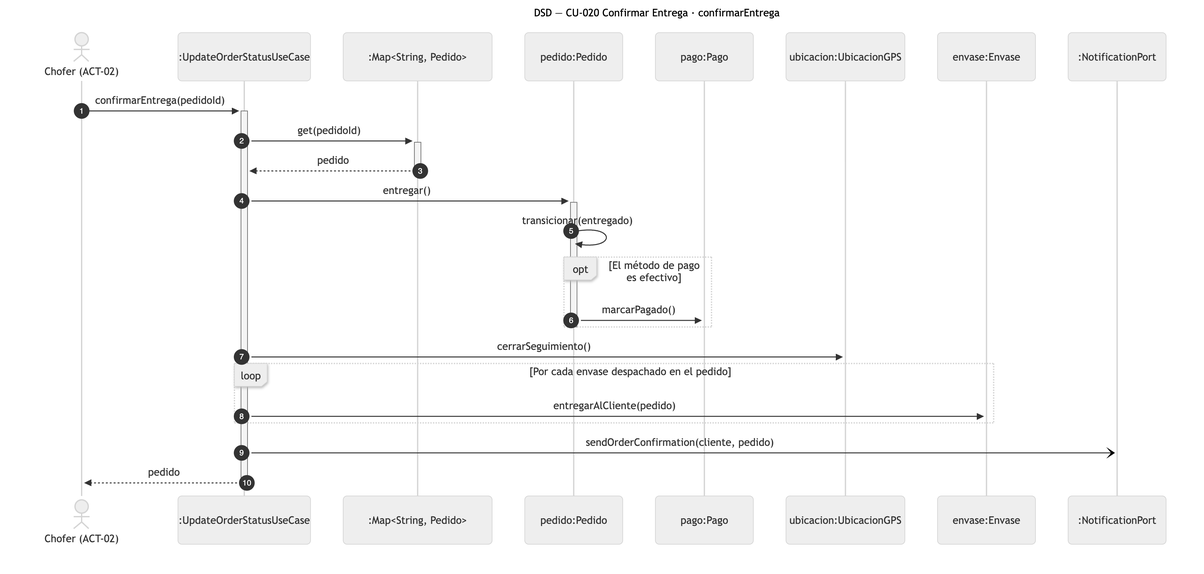
This is diagramas/png/DSD_CU-020_confirmarEntrega.png from Nahuelito-Dev/splg-docs, a Mermaid export, as it was before one commit. Its source is kept beside it as diagramas/DSD_CU-020_confirmarEntrega.mmd.
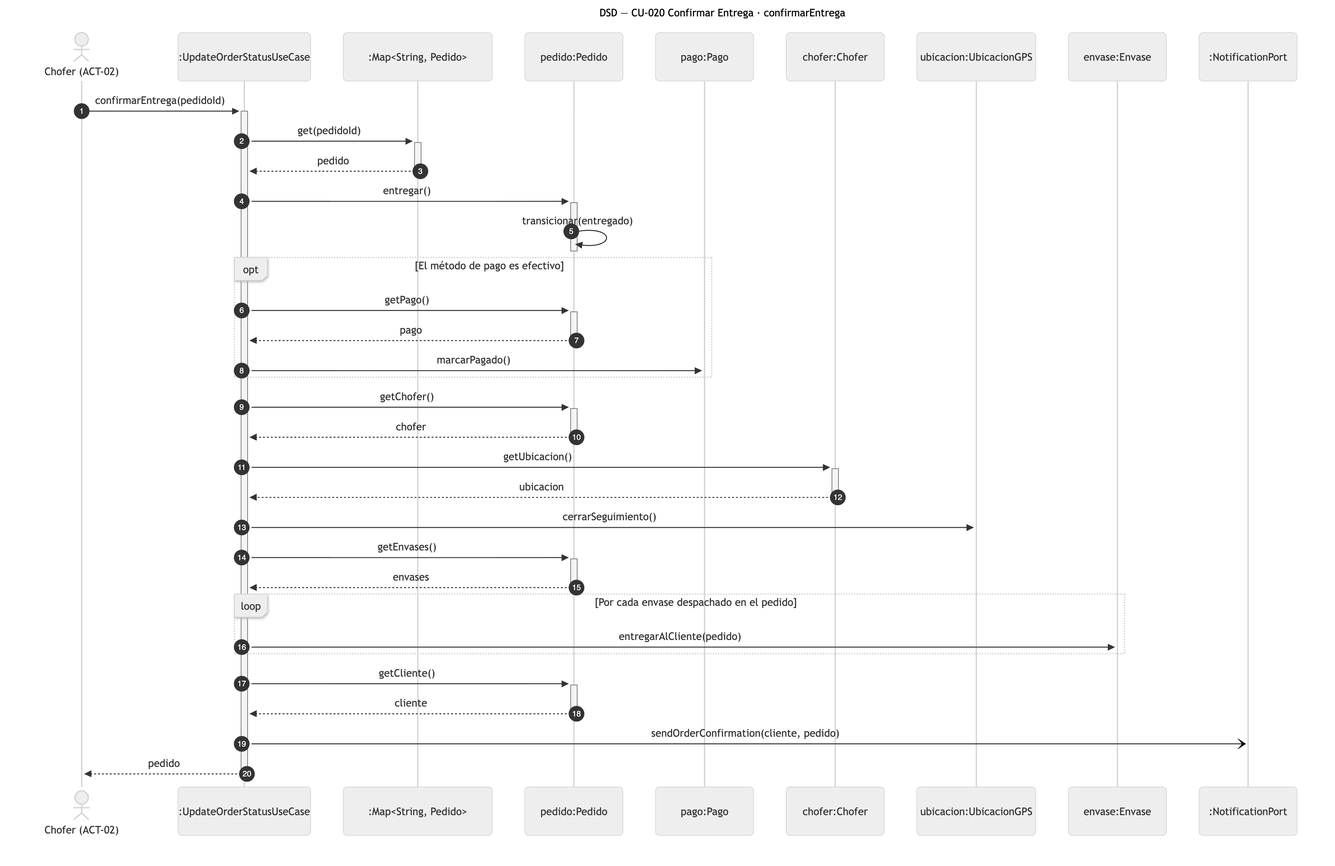
After the commit.

Change to the diagram source:
```diff
@@ -6,6 +6,7 @@
     participant PEDS as :Map#lt;String, Pedido#gt;
     participant PED as pedido:Pedido
     participant PAG as pago:Pago
+    participant CHO as chofer:Chofer
     participant UBI as ubicacion:UbicacionGPS
     participant ENV as envase:Envase
     participant NOT as :NotificationPort
@@ -15,13 +16,23 @@
     PEDS-->>-UCS: pedido
     UCS->>+PED: entregar()
     PED->>PED: transicionar(entregado)
+    deactivate PED
     opt El método de pago es efectivo
-        PED->>PAG: marcarPagado()
+        UCS->>+PED: getPago()
+        PED-->>-UCS: pago
+        UCS->>PAG: marcarPagado()
     end
-    deactivate PED
+    UCS->>+PED: getChofer()
+    PED-->>-UCS: chofer
+    UCS->>+CHO: getUbicacion()
+    CHO-->>-UCS: ubicacion
     UCS->>UBI: cerrarSeguimiento()
+    UCS->>+PED: getEnvases()
+    PED-->>-UCS: envases
     loop Por cada envase despachado en el pedido
         UCS->>ENV: entregarAlCliente(pedido)
     end
+    UCS->>+PED: getCliente()
+    PED-->>-UCS: cliente
     UCS-)NOT: sendOrderConfirmation(cliente, pedido)
     UCS-->>-CHF: pedido
```
